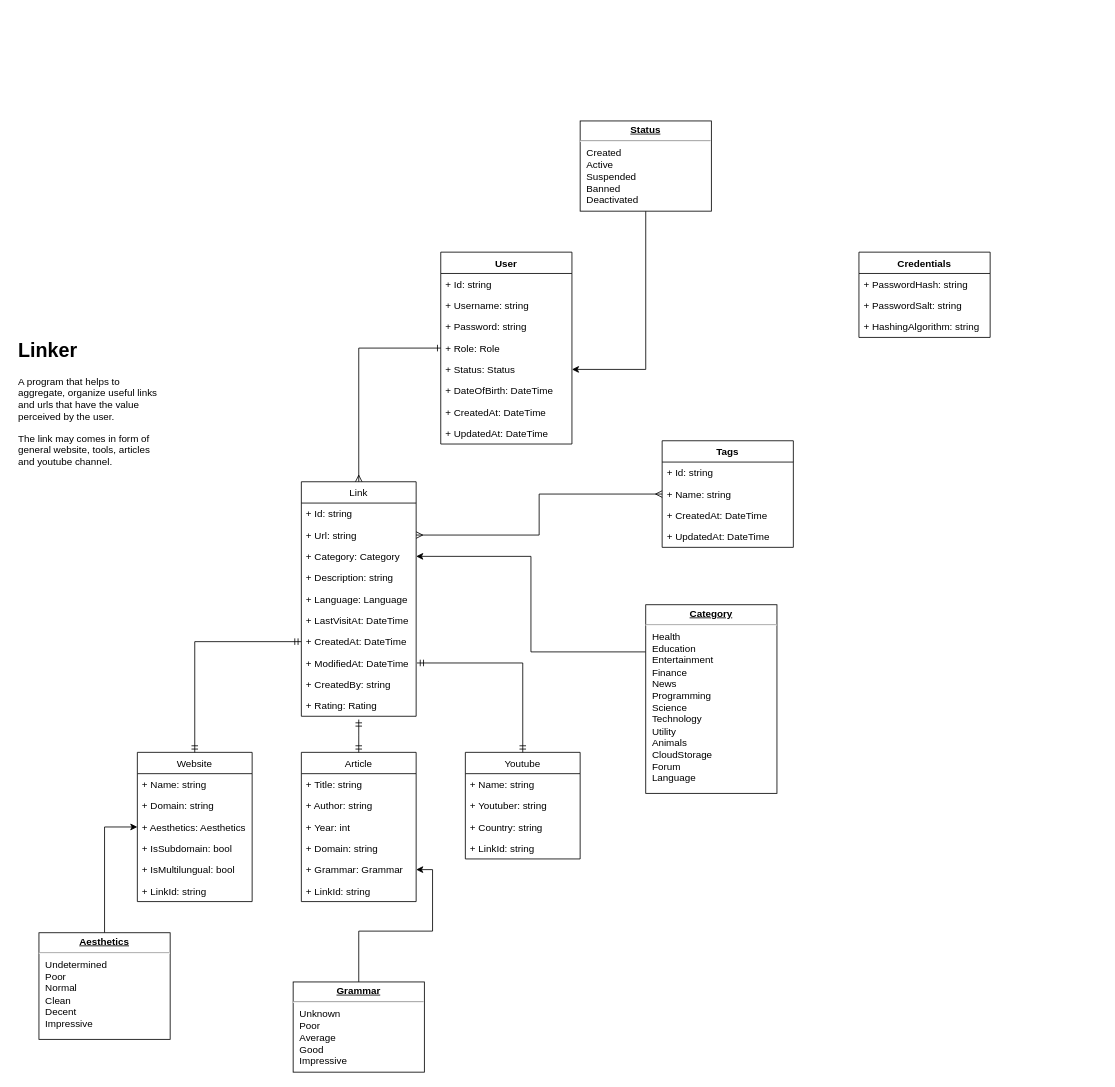
The draw.io diagram page "Class Diagram" (1 of 4) of docs/Linker.drawio in data-miner00/Linker, before the edit. Source tidied: cells renumbered, new cells numbered last; positions are measured from the earlier drawing's top-left corner, leaving out a move shared by most shapes. Both pictures are drawn from the tidied source at 82%, with x=0, y=0 at pixel (14, 121).
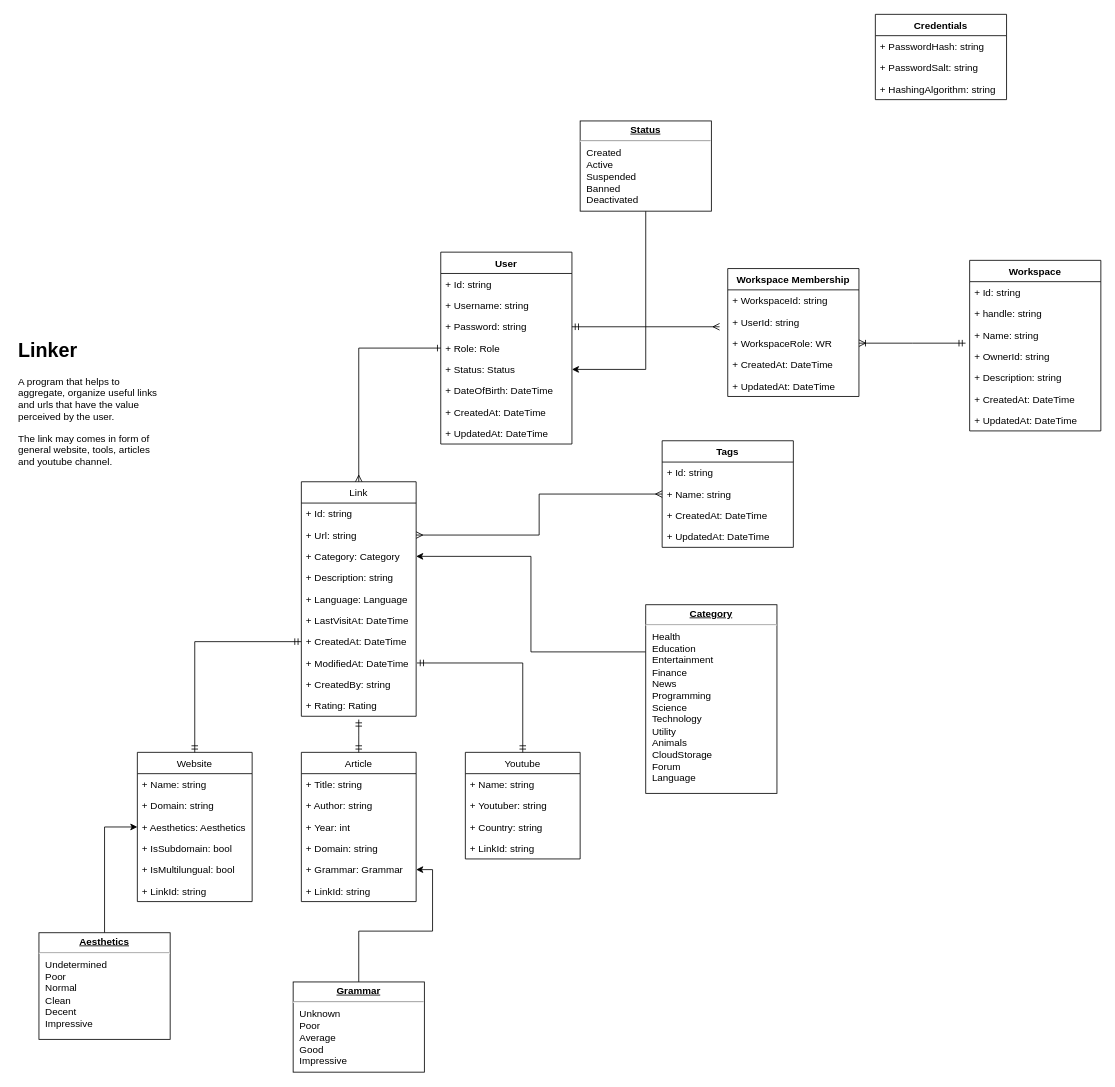
The same diagram, later.

Commit message (it also covers changes not shown here):
feat: Add workspace model

The change refers to these unchanged cells:
```xml
<mxCell id="42" value="User" style="swimlane;fontStyle=1;align=center;verticalAlign=top;horizontal=1;startSize=26;" parent="1" vertex="1">
  <mxGeometry x="520" y="160" width="160" height="234" as="geometry" />
</mxCell>
<mxCell id="45" value="+ Password: string" style="text;strokeColor=none;fillColor=none;align=left;verticalAlign=top;spacingLeft=4;spacingRight=4;overflow=hidden;points=[[0,0.5],[1,0.5]];portConstraint=eastwest;" parent="42" vertex="1">
  <mxGeometry y="78" width="160" height="26" as="geometry" />
</mxCell>
```

What changed in the source:
```diff
@@
+    <mxCell id="64" style="edgeStyle=orthogonalEdgeStyle;rounded=0;jettySize=auto;html=1;endArrow=ERmany;endFill=0;startArrow=ERmandOne;startFill=0;" parent="42" edge="1" source="45">
+      <mxGeometry relative="1" as="geometry">
+        <mxPoint x="340" y="91" as="targetPoint" />
+      </mxGeometry>
+    </mxCell>
@@
     <mxCell id="60" value="Credentials" style="swimlane;fontStyle=1;align=center;verticalAlign=top;horizontal=1;startSize=26;" parent="1" vertex="1">
-      <mxGeometry x="1030" y="160" width="160" height="104" as="geometry" />
+      <mxGeometry x="1050" y="-130" width="160" height="104" as="geometry" />
     </mxCell>
@@
+    <mxCell id="65" value="Workspace" style="swimlane;fontStyle=1;align=center;verticalAlign=top;horizontal=1;startSize=26;" parent="1" vertex="1">
+      <mxGeometry x="1165" y="170" width="160" height="208" as="geometry" />
+    </mxCell>
+    <mxCell id="66" value="+ Id: string" style="text;strokeColor=none;fillColor=none;align=left;verticalAlign=top;spacingLeft=4;spacingRight=4;overflow=hidden;" parent="65" vertex="1">
+      <mxGeometry y="26" width="160" height="26" as="geometry" />
+    </mxCell>
+    <mxCell id="67" value="+ handle: string" style="text;strokeColor=none;fillColor=none;align=left;verticalAlign=top;spacingLeft=4;spacingRight=4;overflow=hidden;" parent="65" vertex="1">
+      <mxGeometry y="52" width="160" height="26" as="geometry" />
+    </mxCell>
+    <mxCell id="68" value="+ Name: string" style="text;strokeColor=none;fillColor=none;align=left;verticalAlign=top;spacingLeft=4;spacingRight=4;overflow=hidden;" parent="65" vertex="1">
+      <mxGeometry y="78" width="160" height="26" as="geometry" />
+    </mxCell>
+    <mxCell id="69" value="+ OwnerId: string" style="text;strokeColor=none;fillColor=none;align=left;verticalAlign=top;spacingLeft=4;spacingRight=4;overflow=hidden;" parent="65" vertex="1">
+      <mxGeometry y="104" width="160" height="26" as="geometry" />
+    </mxCell>
+    <mxCell id="70" value="+ Description: string" style="text;strokeColor=none;fillColor=none;align=left;verticalAlign=top;spacingLeft=4;spacingRight=4;overflow=hidden;" parent="65" vertex="1">
+      <mxGeometry y="130" width="160" height="26" as="geometry" />
+    </mxCell>
+    <mxCell id="71" value="+ CreatedAt: DateTime" style="text;strokeColor=none;fillColor=none;align=left;verticalAlign=top;spacingLeft=4;spacingRight=4;overflow=hidden;" parent="65" vertex="1">
+      <mxGeometry y="156" width="160" height="26" as="geometry" />
+    </mxCell>
+    <mxCell id="72" value="+ UpdatedAt: DateTime" style="text;strokeColor=none;fillColor=none;align=left;verticalAlign=top;spacingLeft=4;spacingRight=4;overflow=hidden;" parent="65" vertex="1">
+      <mxGeometry y="182" width="160" height="26" as="geometry" />
+    </mxCell>
+    <mxCell id="73" value="Workspace Membership" style="swimlane;fontStyle=1;align=center;verticalAlign=top;horizontal=1;startSize=26;" parent="1" vertex="1">
+      <mxGeometry x="870" y="180" width="160" height="156" as="geometry" />
+    </mxCell>
+    <mxCell id="74" value="+ WorkspaceId: string" style="text;strokeColor=none;fillColor=none;align=left;verticalAlign=top;spacingLeft=4;spacingRight=4;overflow=hidden;" parent="73" vertex="1">
+      <mxGeometry y="26" width="160" height="26" as="geometry" />
+    </mxCell>
+    <mxCell id="75" value="+ UserId: string" style="text;strokeColor=none;fillColor=none;align=left;verticalAlign=top;spacingLeft=4;spacingRight=4;overflow=hidden;" parent="73" vertex="1">
+      <mxGeometry y="52" width="160" height="26" as="geometry" />
+    </mxCell>
+    <mxCell id="76" style="edgeStyle=orthogonalEdgeStyle;rounded=0;jettySize=auto;html=1;endArrow=ERmandOne;endFill=0;startArrow=ERoneToMany;startFill=0;" parent="73" edge="1" source="77">
+      <mxGeometry relative="1" as="geometry">
+        <mxPoint x="290" y="91" as="targetPoint" />
+      </mxGeometry>
+    </mxCell>
+    <mxCell id="77" value="+ WorkspaceRole: WR" style="text;strokeColor=none;fillColor=none;align=left;verticalAlign=top;spacingLeft=4;spacingRight=4;overflow=hidden;points=[[0,0.5],[1,0.5]];portConstraint=eastwest;" parent="73" vertex="1">
+      <mxGeometry y="78" width="160" height="26" as="geometry" />
+    </mxCell>
+    <mxCell id="78" value="+ CreatedAt: DateTime" style="text;strokeColor=none;fillColor=none;align=left;verticalAlign=top;spacingLeft=4;spacingRight=4;overflow=hidden;" parent="73" vertex="1">
+      <mxGeometry y="104" width="160" height="26" as="geometry" />
+    </mxCell>
+    <mxCell id="79" value="+ UpdatedAt: DateTime" style="text;strokeColor=none;fillColor=none;align=left;verticalAlign=top;spacingLeft=4;spacingRight=4;overflow=hidden;" parent="73" vertex="1">
+      <mxGeometry y="130" width="160" height="26" as="geometry" />
+    </mxCell>
```
